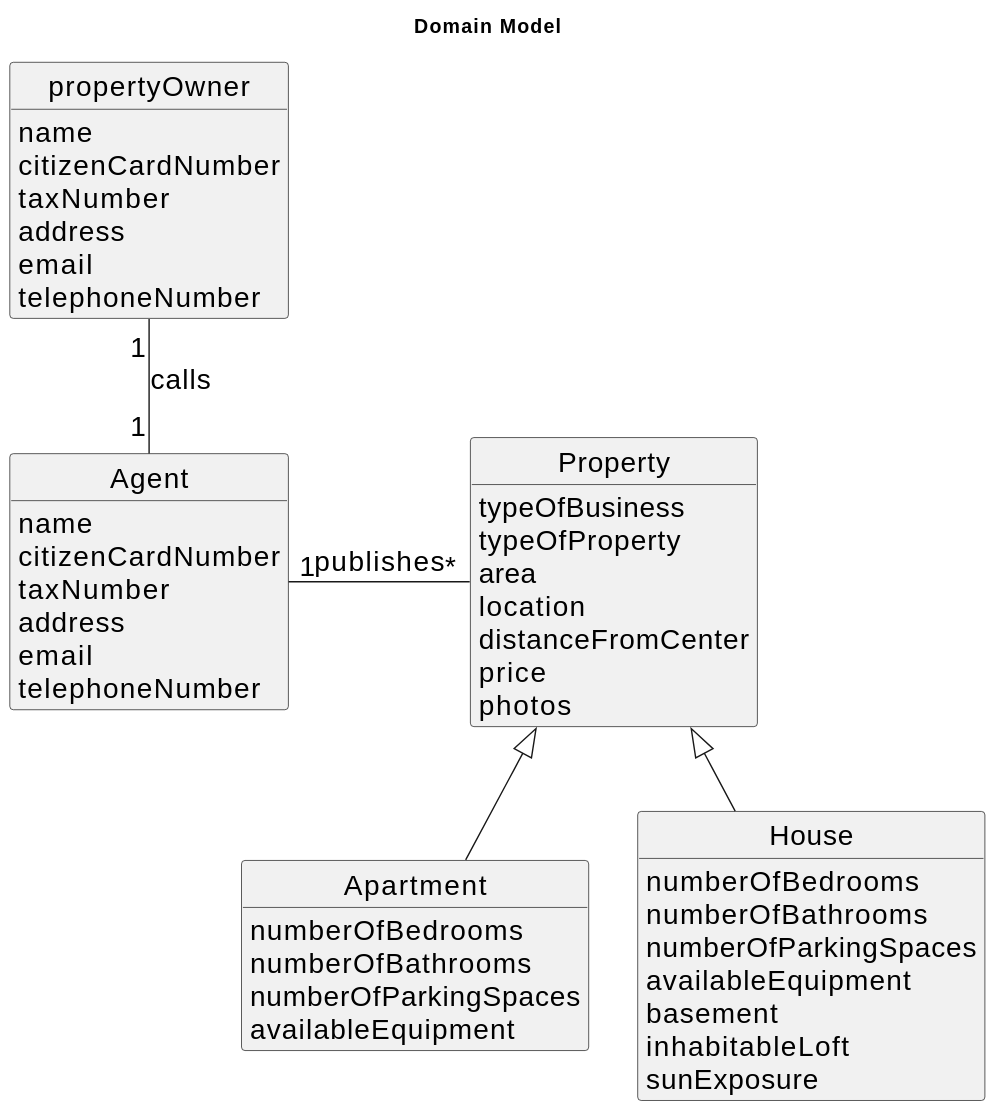
Earlier version of the PlantUML export docs/sprintA/us002/02.analysis/svg/us002-domain-model.svg (Goncalves2525/real-estate-management-system).
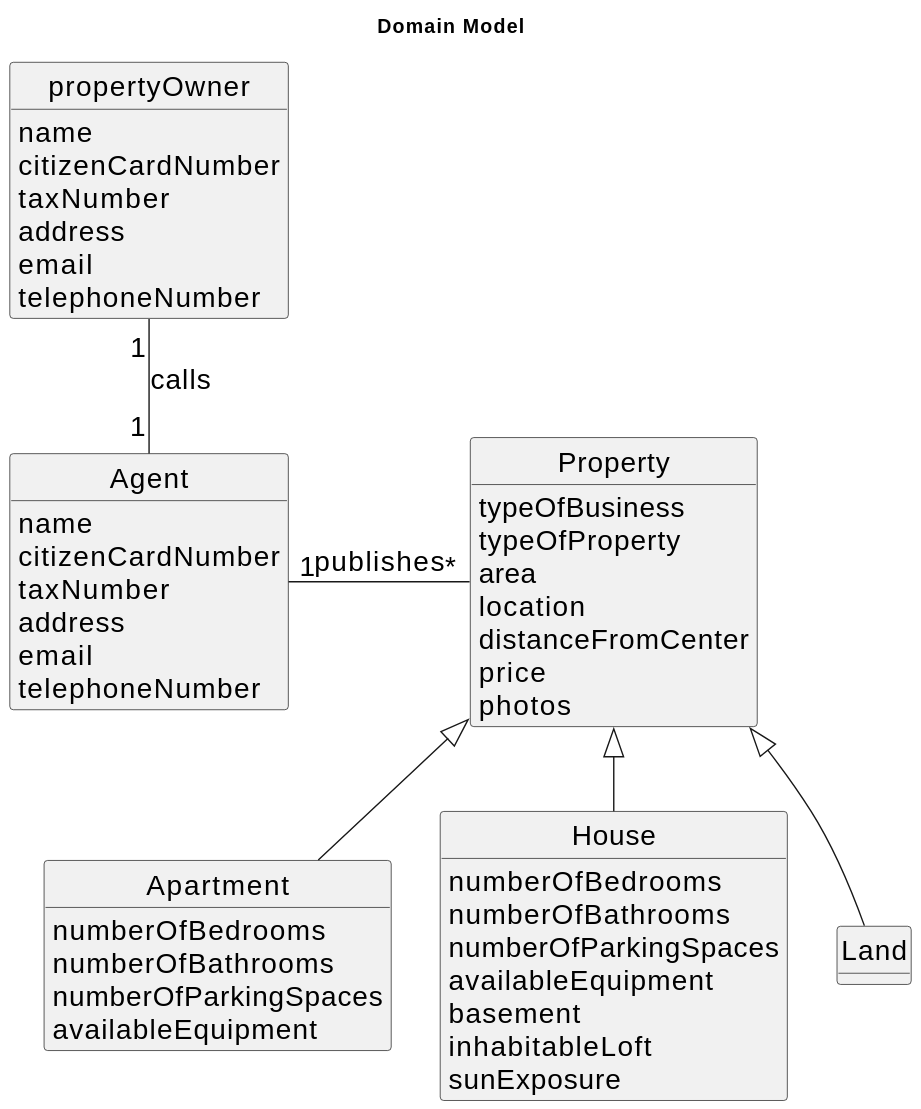
The same file after the commit.

The edit, as a diff of the source:
```diff
@@ -55,6 +55,8 @@
     sunExposure
 }
 
+class Land extends Property{
+}
 
 propertyOwner "1" -- "1" Agent : calls
 Agent "1" - "*" Property: publishes
```
